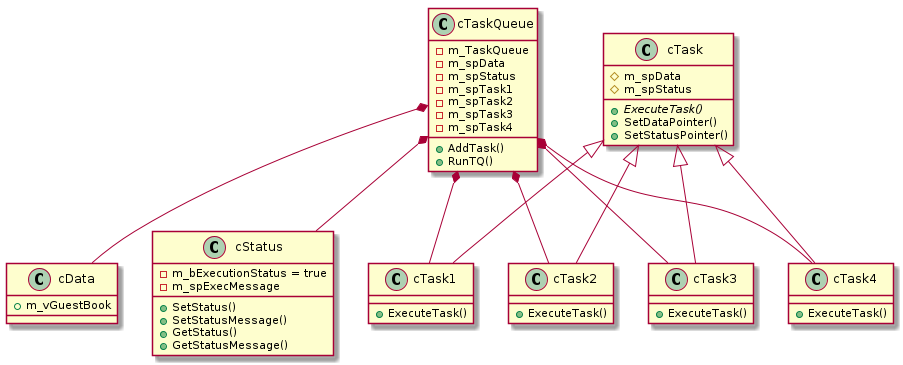
This is TaskQueue.png from VPERepos/TaskQueueDesignPattern, a PlantUML export, as it was before one commit. Its diagram source:
```plantuml
@startuml

class cData{
    +m_vGuestBook
}

class cStatus{
    +SetStatus()
    +SetStatusMessage()
    +GetStatus()
    +GetStatusMessage()
    -m_bExecutionStatus = true
    -m_spExecMessage
}

class cTaskQueue{
    -m_TaskQueue
    -m_spData
    -m_spStatus
    -m_spTask1
    -m_spTask2
    -m_spTask3
    -m_spTask4
    +AddTask()
    +RunTQ()
}

class cTask{
    #m_spData
    #m_spStatus
    {abstract}+ExecuteTask()
    +SetDataPointer()
    +SetStatusPointer()
}
class cTask1{
    +ExecuteTask()
}
class cTask2{
    +ExecuteTask()
}
class cTask3{
    +ExecuteTask()
}
class cTask4{
    +ExecuteTask()
}

cTask <|-- cTask1
cTask <|-- cTask2
cTask <|-- cTask3
cTask <|-- cTask4

cTaskQueue *-- cData
cTaskQueue *-- cStatus
cTaskQueue *-- cTask1
cTaskQueue *-- cTask2
cTaskQueue *-- cTask3
cTaskQueue *-- cTask4

@enduml
```
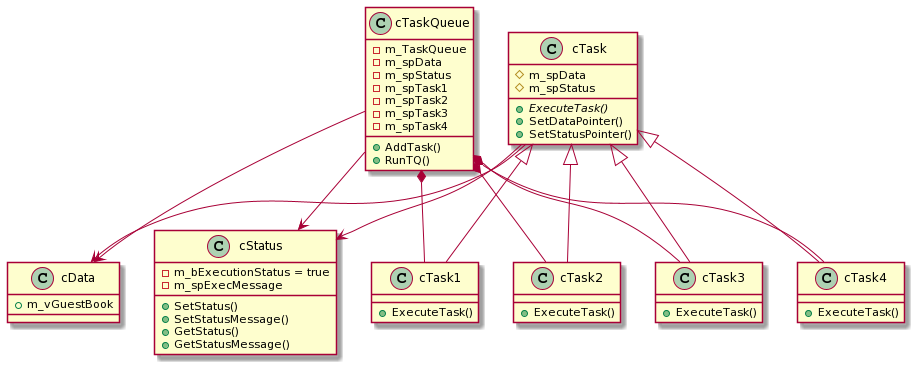
After the commit.

Commit message:
corrected UML Diagram

Change to the diagram source:
```diff
@@ -1,5 +1,4 @@
 @startuml
-
 class cData{
     +m_vGuestBook
 }
@@ -50,11 +49,12 @@
 cTask <|-- cTask3
 cTask <|-- cTask4
 
-cTaskQueue *-- cData
-cTaskQueue *-- cStatus
+cTaskQueue --> cData
+cTaskQueue --> cStatus
+cTask --> cData
+cTask --> cStatus
 cTaskQueue *-- cTask1
 cTaskQueue *-- cTask2
 cTaskQueue *-- cTask3
 cTaskQueue *-- cTask4
-
 @enduml
```
